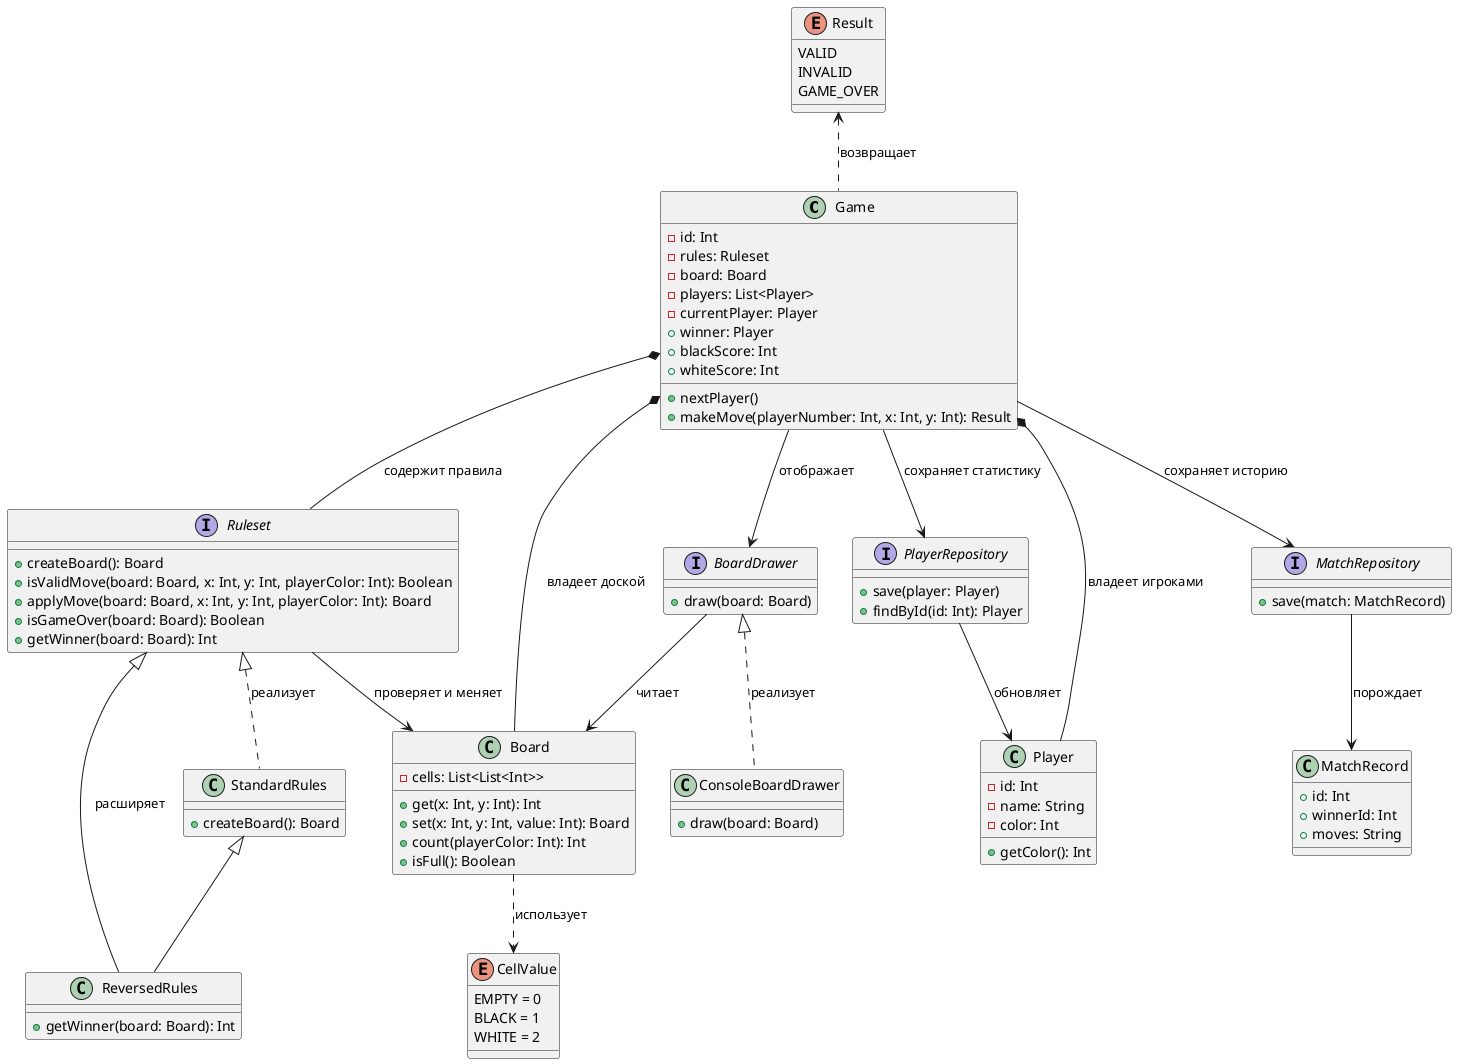
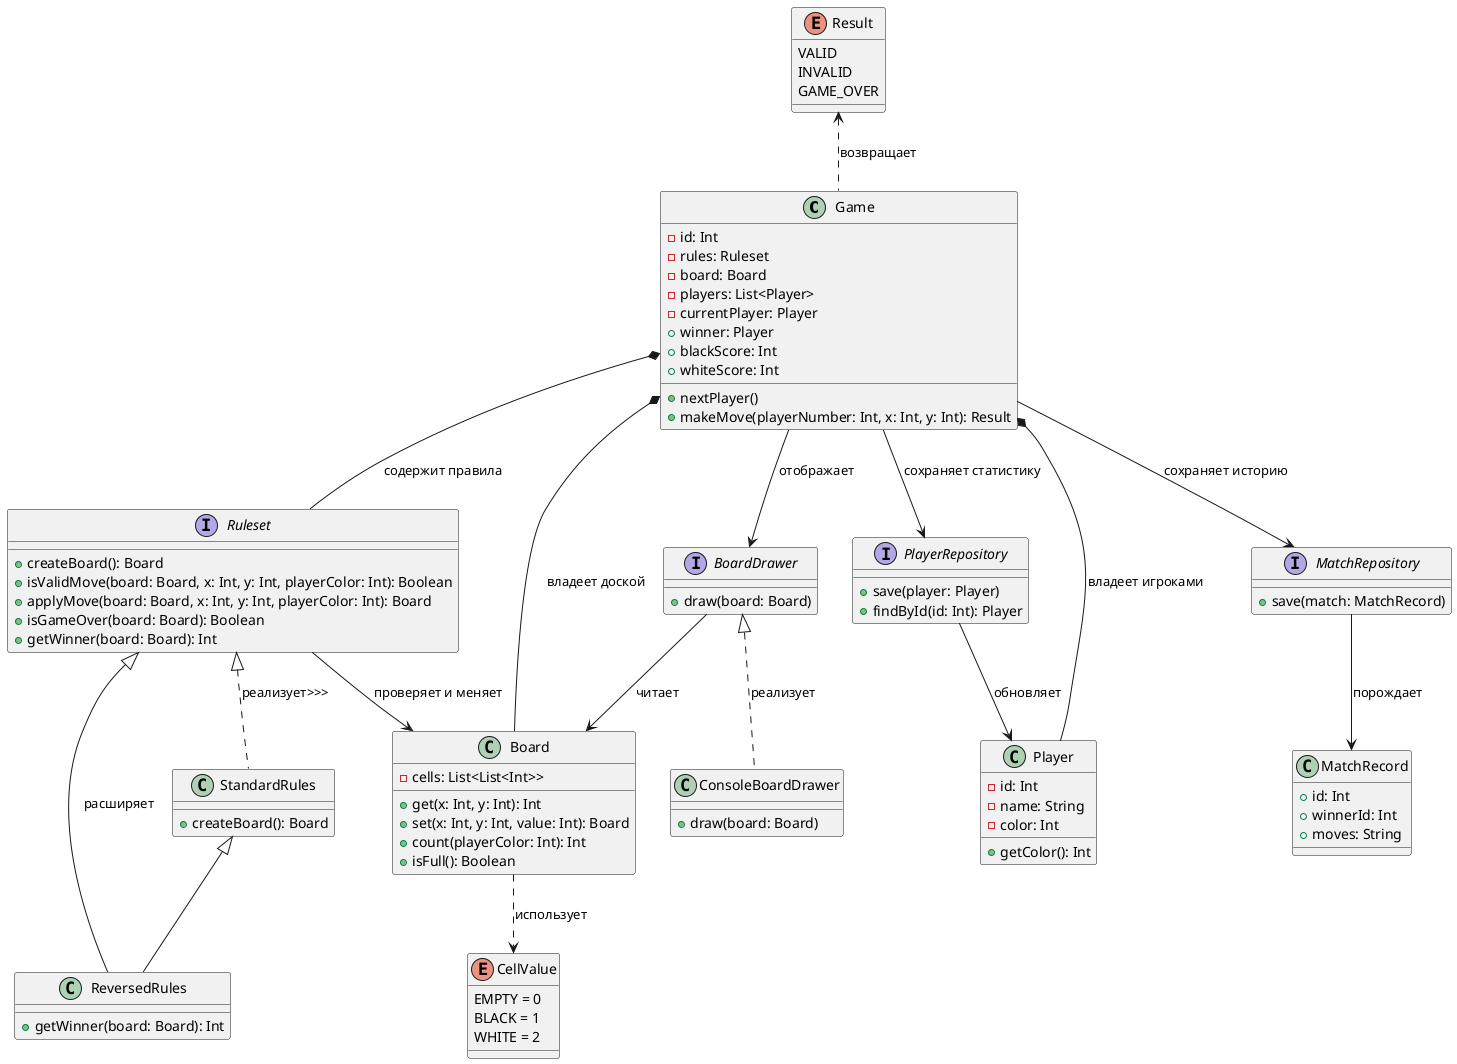
@startuml

class Game {
    - id: Int
    - rules: Ruleset
    - board: Board
    - players: List<Player>
    - currentPlayer: Player
    + winner: Player
    + blackScore: Int
    + whiteScore: Int
    + nextPlayer()
    + makeMove(playerNumber: Int, x: Int, y: Int): Result
}

interface Ruleset {
    + createBoard(): Board
    + isValidMove(board: Board, x: Int, y: Int, playerColor: Int): Boolean
    + applyMove(board: Board, x: Int, y: Int, playerColor: Int): Board
    + isGameOver(board: Board): Boolean
    + getWinner(board: Board): Int
}

class StandardRules {
    + createBoard(): Board
}

class ReversedRules extends StandardRules {
    + getWinner(board: Board): Int
}

class Board {
    - cells: List<List<Int>>
    + get(x: Int, y: Int): Int
    + set(x: Int, y: Int, value: Int): Board
    + count(playerColor: Int): Int
    + isFull(): Boolean
}

enum CellValue {
    EMPTY = 0
    BLACK = 1
    WHITE = 2
}

enum Result {
    VALID
    INVALID
    GAME_OVER
}

class Player {
    - id: Int
    - name: String
    - color: Int
    + getColor(): Int
}

interface BoardDrawer {
    + draw(board: Board)
}

class ConsoleBoardDrawer {
    + draw(board: Board)
}

interface PlayerRepository {
    + save(player: Player)
    + findById(id: Int): Player
}

interface MatchRepository {
    + save(match: MatchRecord)
}

class MatchRecord {
    + id: Int
    + winnerId: Int
    + moves: String
}

- Ruleset <|.. StandardRules : реализует
+ Ruleset <|.. StandardRules : реализует>>>
Ruleset <|-- ReversedRules : расширяет

Game *-- Ruleset : содержит правила
Game *-- Board : владеет доской
Game *-- Player : владеет игроками

Ruleset --> Board : проверяет и меняет
Board ..> CellValue : использует
Result <.. Game : возвращает
Game --> BoardDrawer : отображает
BoardDrawer <|.. ConsoleBoardDrawer : реализует
BoardDrawer --> Board : читает

Game --> PlayerRepository : сохраняет статистику
Game --> MatchRepository : сохраняет историю
MatchRepository --> MatchRecord : порождает
PlayerRepository --> Player : обновляет

@enduml